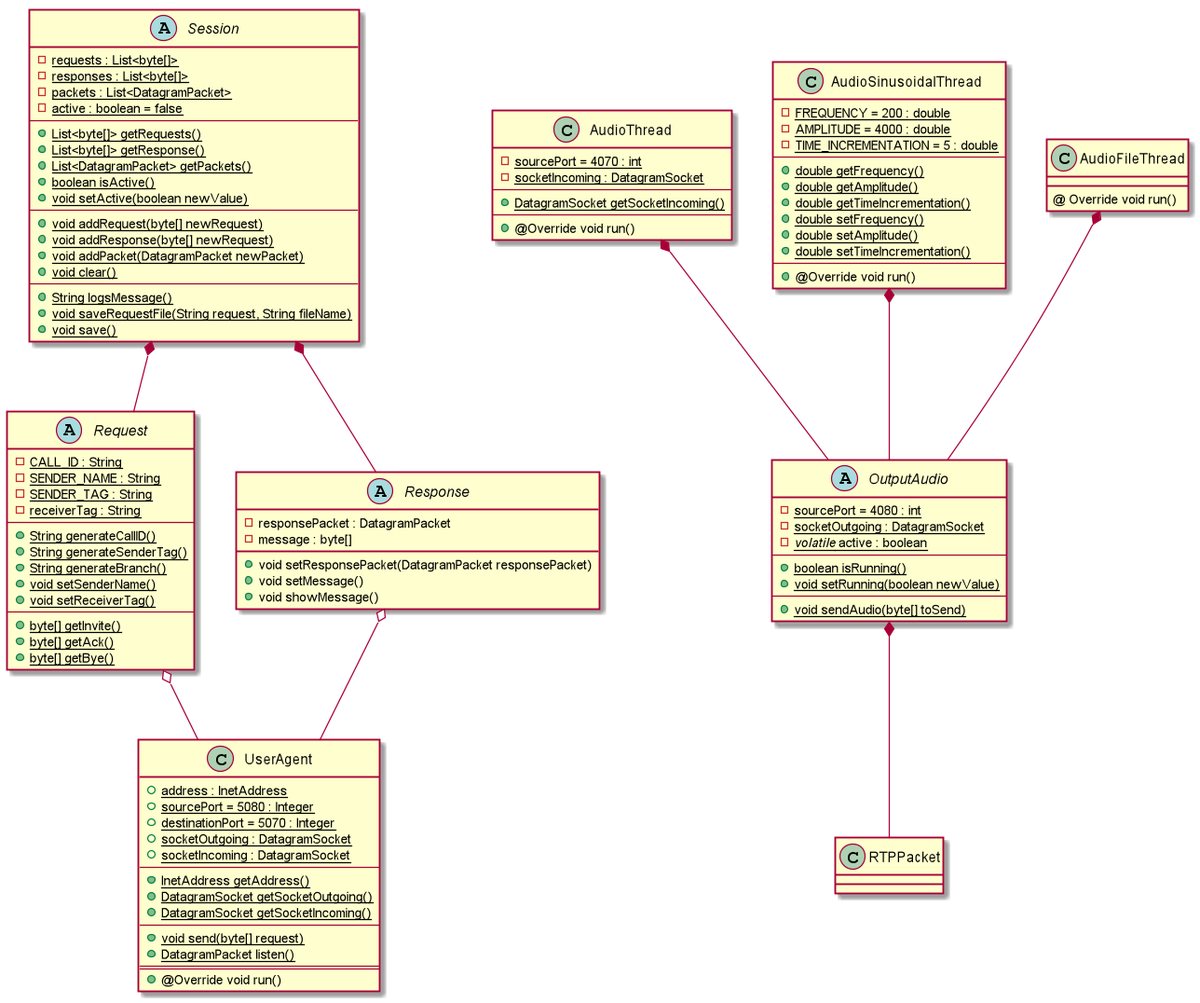
The PlantUML diagram Documentation/UML Diagrams/Class Diagram/Class_Diagram.png in danielepelleg/VoIP, before a commit. Source of this version:
```plantuml
@startuml

abstract class Request {
    - {static} CALL_ID : String
    - {static} SENDER_NAME : String
    - {static} SENDER_TAG : String
    - {static} receiverTag : String
    --
    + {static} String generateCallID()
    + {static} String generateSenderTag()
    + {static} String generateBranch()
    + {static} void setSenderName()
    + {static} void setReceiverTag()
    --
    + {static} byte[] getInvite()
    + {static} byte[] getAck()
    + {static} byte[] getBye()
}

abstract class Response {
    - responsePacket : DatagramPacket
    - message : byte[]
    + void setResponsePacket(DatagramPacket responsePacket)
    + void setMessage()
    + void showMessage()
}

class UserAgent{
    + {static} address : InetAddress
    + {static} sourcePort = 5080 : Integer
    + {static} destinationPort = 5070 : Integer
    + {static} socketOutgoing : DatagramSocket
    + {static} socketIncoming : DatagramSocket
    --
    + {static} InetAddress getAddress()
    + {static} DatagramSocket getSocketOutgoing()
    + {static} DatagramSocket getSocketIncoming()
    --
    + {static} void send(byte[] request)
    + {static} DatagramPacket listen()
    ==
    + @Override void run()
}

abstract class Session{
    - {static} requests : List<byte[]>
    - {static} responses : List<byte[]>
    - {static} packets : List<DatagramPacket>
    - {static} active : boolean = false
    --
    + {static} List<byte[]> getRequests()
    + {static} List<byte[]> getResponse()
    + {static} List<DatagramPacket> getPackets()
    + {static} boolean isActive()
    + {static} void setActive(boolean newValue)
    --
    + {static} void addRequest(byte[] newRequest)
    + {static} void addResponse(byte[] newRequest)
    + {static} void addPacket(DatagramPacket newPacket)
    + {static} void clear()
    --
    + {static} String logsMessage()
    + {static} void saveRequestFile(String request, String fileName)
    + {static} void save()
}

Session *-- Request
Session *-- Response
Request o-- UserAgent
Response o-- UserAgent

abstract class OutputAudio{
    - {static} sourcePort = 4080 : int
    - {static} socketOutgoing : DatagramSocket
    - {static} <i>volatile</i> active : boolean
    --
    + {static} boolean isRunning()
    + {static} void setRunning(boolean newValue)
    --
    + {static} void sendAudio(byte[] toSend)
}

class AudioThread{
    - {static} sourcePort = 4070 : int
    - {static} socketIncoming : DatagramSocket
    --
    + {static} DatagramSocket getSocketIncoming()
    --
    + @Override void run()
}

class AudioSinusoidalThread{
    - {static} FREQUENCY = 200 : double
    - {static} AMPLITUDE = 4000 : double
    - {static} TIME_INCREMENTATION = 5 : double
    --
    + {static} double getFrequency()
    + {static} double getAmplitude()
    + {static} double getTimeIncrementation()
    + {static} double setFrequency()
    + {static} double setAmplitude()
    + {static} double setTimeIncrementation()
    --
    + @Override void run()
}

class AudioFileThread{
    @ Override void run()
}

class RTPPacket{
}

AudioThread *-- OutputAudio
AudioSinusoidalThread *-- OutputAudio
AudioFileThread *-- OutputAudio
OutputAudio *-- RTPPacket

@enduml
```
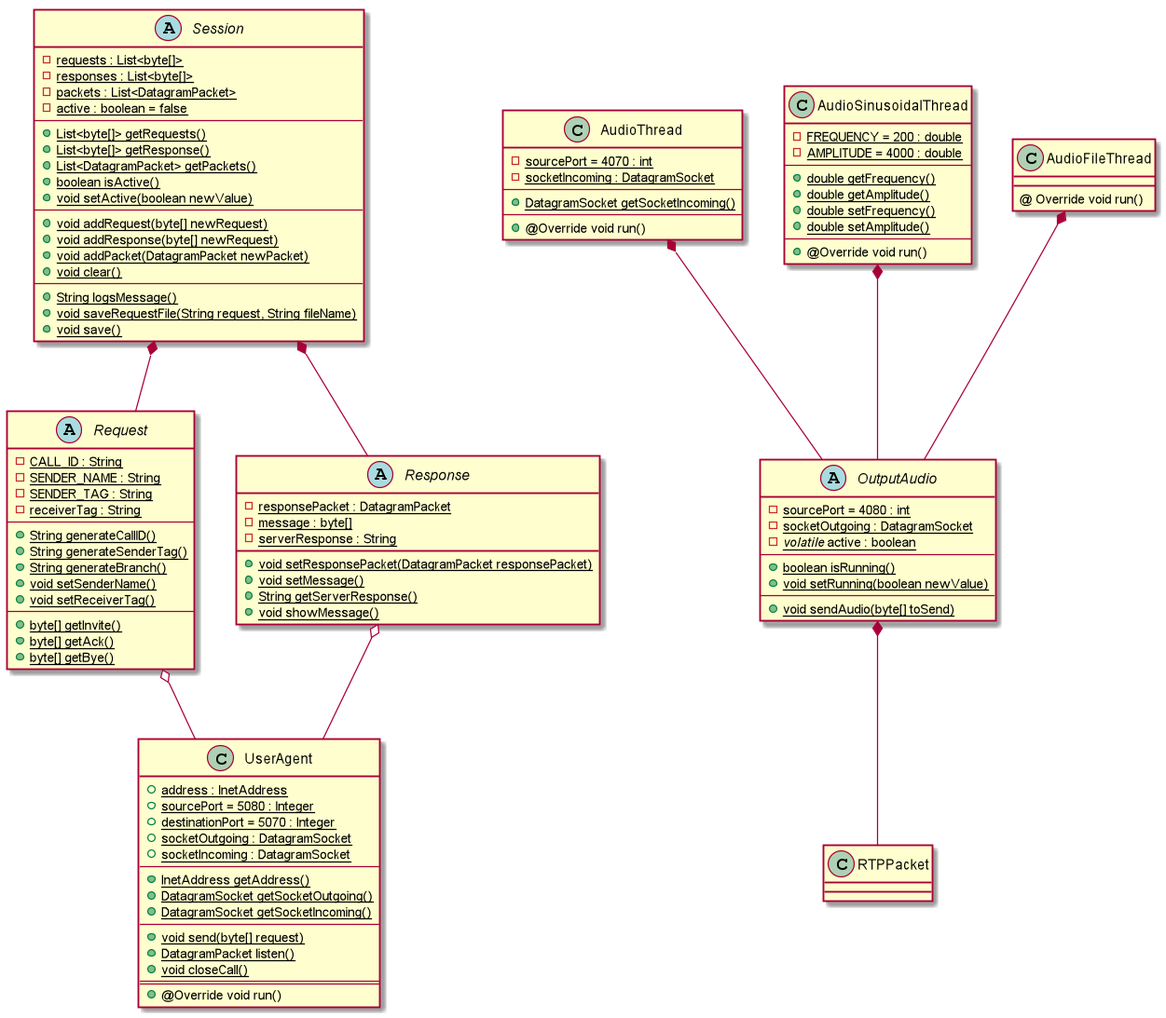
Above is the later version.

Commit message:
Update Class Diagrams :100:

Diff of the diagram source:
```diff
@@ -18,11 +18,13 @@
 }
 
 abstract class Response {
-    - responsePacket : DatagramPacket
-    - message : byte[]
-    + void setResponsePacket(DatagramPacket responsePacket)
-    + void setMessage()
-    + void showMessage()
+    - {static} responsePacket : DatagramPacket
+    - {static} message : byte[]
+    - {static} serverResponse : String
+    + {static} void setResponsePacket(DatagramPacket responsePacket)
+    + {static} void setMessage()
+    + {static} String getServerResponse()
+    + {static} void showMessage()
 }
 
 class UserAgent{
@@ -38,6 +40,7 @@
     --
     + {static} void send(byte[] request)
     + {static} DatagramPacket listen()
+    + {static} void closeCall()
     ==
     + @Override void run()
 }
@@ -92,14 +95,11 @@
 class AudioSinusoidalThread{
     - {static} FREQUENCY = 200 : double
     - {static} AMPLITUDE = 4000 : double
-    - {static} TIME_INCREMENTATION = 5 : double
     --
     + {static} double getFrequency()
     + {static} double getAmplitude()
-    + {static} double getTimeIncrementation()
     + {static} double setFrequency()
     + {static} double setAmplitude()
-    + {static} double setTimeIncrementation()
     --
     + @Override void run()
 }
```
